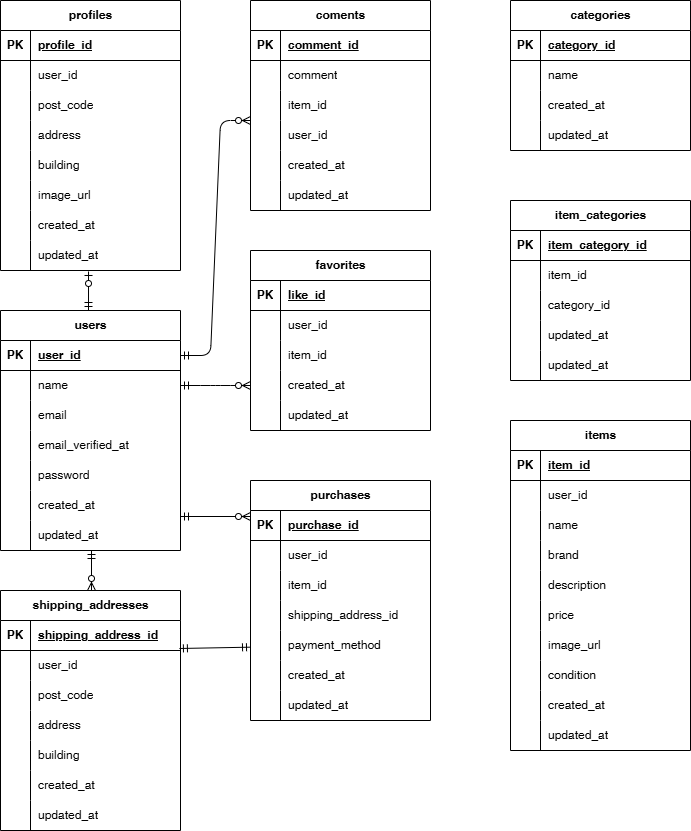
yun-0312/flea-market keeps this draw.io diagram as frea_market.drawio.png. Above is the earlier version. Source tidied: cells renumbered, new cells last; positions are measured from the earlier drawing's top-left corner, leaving out a move shared by most shapes.
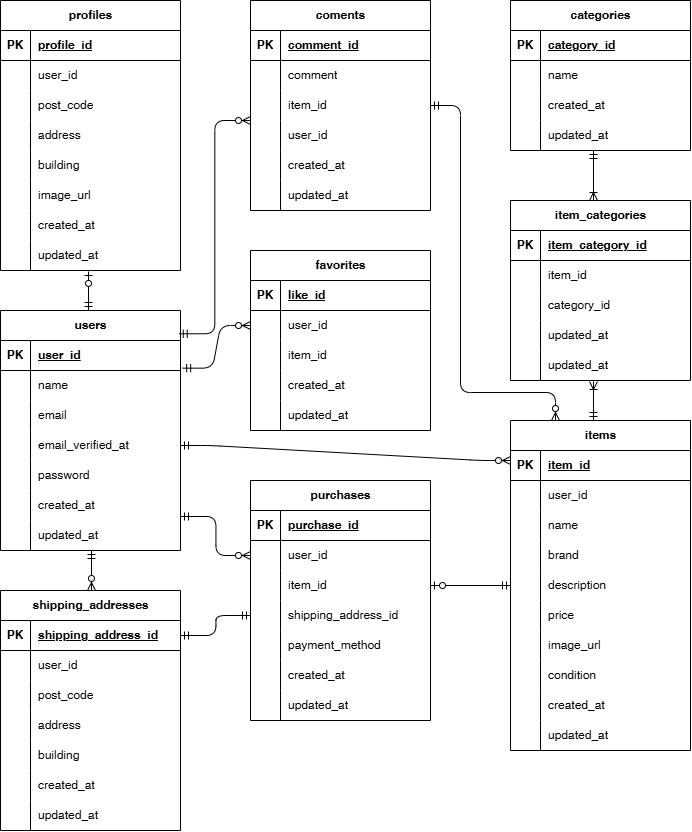
Above is the later version.

Diff of the diagram source:
```diff
@@ -565,15 +565,13 @@
     <mxCell id="188" value="updated_at" style="shape=partialRectangle;fillColor=none;top=0;left=0;bottom=0;right=0;align=left;spacingLeft=6;overflow=hidden;whiteSpace=wrap;html=1;" parent="186" vertex="1">
       <mxGeometry x="30" width="150" height="30" as="geometry" />
     </mxCell>
-    <mxCell id="189" style="edgeStyle=entityRelationEdgeStyle;fontSize=12;html=1;endArrow=ERzeroToMany;startArrow=ERmandOne;exitX=1;exitY=0.5;exitDx=0;exitDy=0;entryX=0;entryY=0.5;entryDx=0;entryDy=0;" parent="1" edge="1" source="50">
+    <mxCell id="189" style="edgeStyle=elbowEdgeStyle;fontSize=12;html=1;endArrow=ERzeroToMany;startArrow=ERmandOne;exitX=0.993;exitY=0.097;exitDx=0;exitDy=0;entryX=0;entryY=0.5;entryDx=0;entryDy=0;exitPerimeter=0;" parent="1" edge="1" source="49">
       <mxGeometry relative="1" as="geometry">
         <mxPoint x="250" y="120" as="targetPoint" />
       </mxGeometry>
     </mxCell>
-    <mxCell id="190" style="edgeStyle=entityRelationEdgeStyle;fontSize=12;html=1;endArrow=ERzeroToMany;startArrow=ERmandOne;exitX=1;exitY=0.5;exitDx=0;exitDy=0;entryX=0;entryY=0.5;entryDx=0;entryDy=0;" parent="1" edge="1">
+    <mxCell id="190" style="edgeStyle=entityRelationEdgeStyle;fontSize=12;html=1;endArrow=ERzeroToMany;startArrow=ERmandOne;exitX=1.012;exitY=-0.078;exitDx=0;exitDy=0;exitPerimeter=0;" parent="1" edge="1" source="53" target="138">
       <mxGeometry relative="1" as="geometry">
-        <mxPoint x="180" y="385" as="sourcePoint" />
-        <mxPoint x="250" y="385" as="targetPoint" />
         <Array as="points">
           <mxPoint x="200" y="370" />
           <mxPoint x="250" y="360" />
@@ -588,13 +586,45 @@
         <mxPoint x="91" y="590" as="targetPoint" />
       </mxGeometry>
     </mxCell>
-    <mxCell id="192" style="fontSize=12;html=1;endArrow=ERzeroToMany;startArrow=ERmandOne;entryX=0;entryY=0.2;entryDx=0;entryDy=0;entryPerimeter=0;" parent="1" edge="1" target="91">
+    <mxCell id="192" style="fontSize=12;html=1;endArrow=ERzeroToMany;startArrow=ERmandOne;entryX=0;entryY=0.5;entryDx=0;entryDy=0;edgeStyle=elbowEdgeStyle;" parent="1" edge="1" target="94">
       <mxGeometry relative="1" as="geometry">
         <mxPoint x="180" y="516" as="sourcePoint" />
       </mxGeometry>
     </mxCell>
-    <mxCell id="193" style="fontSize=12;html=1;endArrow=ERmandOne;startArrow=ERmandOne;exitX=0.994;exitY=-0.067;exitDx=0;exitDy=0;exitPerimeter=0;" parent="1" edge="1" source="116" target="103">
+    <mxCell id="193" style="fontSize=12;html=1;endArrow=ERmandOne;startArrow=ERmandOne;exitX=1;exitY=0.5;exitDx=0;exitDy=0;entryX=0;entryY=0.5;entryDx=0;entryDy=0;edgeStyle=elbowEdgeStyle;" parent="1" edge="1" source="113" target="100">
       <mxGeometry relative="1" as="geometry" />
     </mxCell>
+    <mxCell id="194" style="fontSize=12;html=1;endArrow=ERoneToMany;startArrow=ERmandOne;entryX=0.461;entryY=1.033;entryDx=0;entryDy=0;entryPerimeter=0;exitX=0.461;exitY=0;exitDx=0;exitDy=0;exitPerimeter=0;" parent="1" edge="1" source="2" target="46">
+      <mxGeometry relative="1" as="geometry" />
+    </mxCell>
+    <mxCell id="195" style="fontSize=12;html=1;endArrow=ERoneToMany;startArrow=ERmandOne;" parent="1" edge="1">
+      <mxGeometry relative="1" as="geometry">
+        <mxPoint x="593" y="150" as="sourcePoint" />
+        <mxPoint x="593" y="200" as="targetPoint" />
+      </mxGeometry>
+    </mxCell>
+    <mxCell id="196" style="edgeStyle=entityRelationEdgeStyle;fontSize=12;html=1;endArrow=ERzeroToMany;startArrow=ERmandOne;entryX=0;entryY=0.333;entryDx=0;entryDy=0;entryPerimeter=0;exitX=1;exitY=0.5;exitDx=0;exitDy=0;" parent="1" edge="1" source="59" target="3">
+      <mxGeometry relative="1" as="geometry">
+        <Array as="points">
+          <mxPoint x="260" y="460" />
+          <mxPoint x="200" y="445" />
+          <mxPoint x="250" y="435" />
+          <mxPoint x="250" y="465" />
+          <mxPoint x="250" y="365" />
+        </Array>
+      </mxGeometry>
+    </mxCell>
+    <mxCell id="197" style="fontSize=12;html=1;endArrow=ERzeroToOne;startArrow=ERmandOne;exitX=0;exitY=0.5;exitDx=0;exitDy=0;entryX=1;entryY=0.5;entryDx=0;entryDy=0;" parent="1" edge="1" source="15" target="97">
+      <mxGeometry relative="1" as="geometry" />
+    </mxCell>
+    <mxCell id="198" style="edgeStyle=orthogonalEdgeStyle;fontSize=12;html=1;endArrow=ERzeroToMany;startArrow=ERmandOne;exitX=1;exitY=0.5;exitDx=0;exitDy=0;entryX=0.25;entryY=0;entryDx=0;entryDy=0;" parent="1" edge="1" source="78" target="2">
+      <mxGeometry relative="1" as="geometry">
+        <Array as="points">
+          <mxPoint x="460" y="105" />
+          <mxPoint x="460" y="392" />
+          <mxPoint x="555" y="392" />
+        </Array>
+      </mxGeometry>
+    </mxCell>
   </root>
 </mxGraphModel>
```
